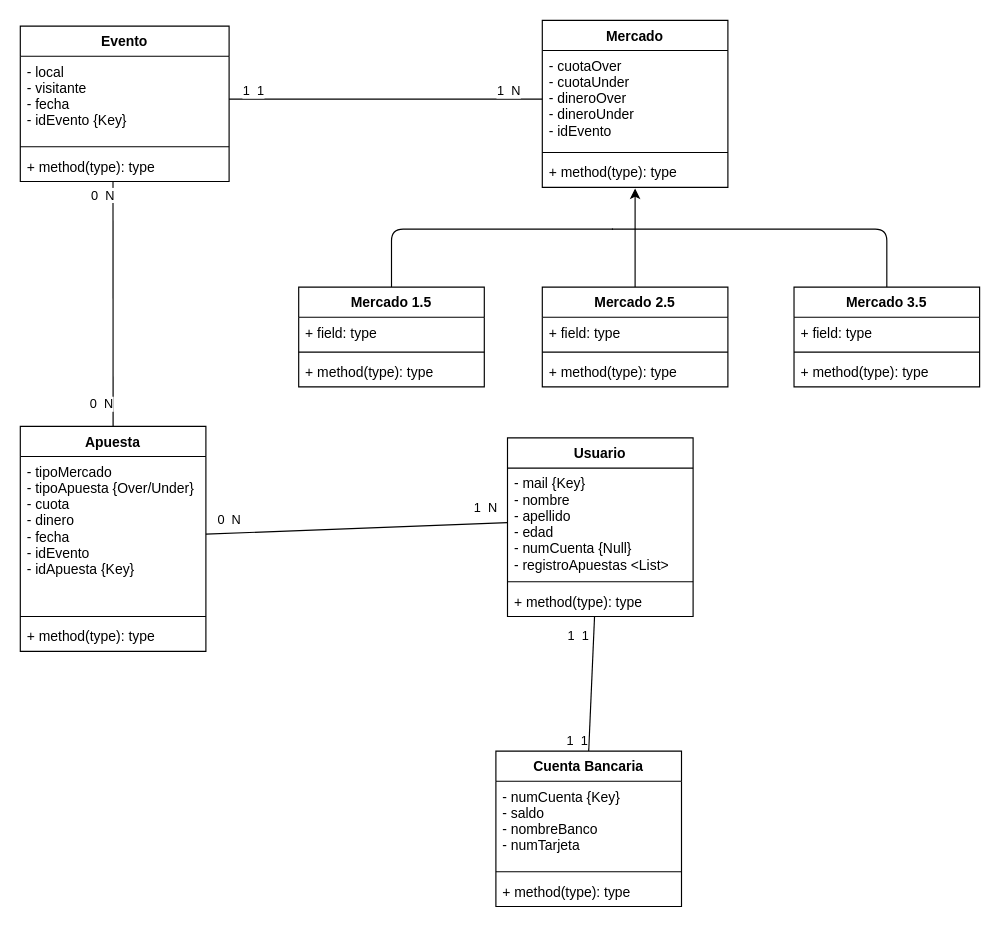
The draw.io diagram Modelos/Diseño conceptual.drawio in adrianjavier/PlaceMyBet2, before the edit. Source tidied: cells renumbered, new cells numbered last; positions are measured from the earlier drawing's top-left corner, leaving out a move shared by most shapes. Both pictures are drawn from the tidied source at 116%, with x=0, y=0 at pixel (20, 20).
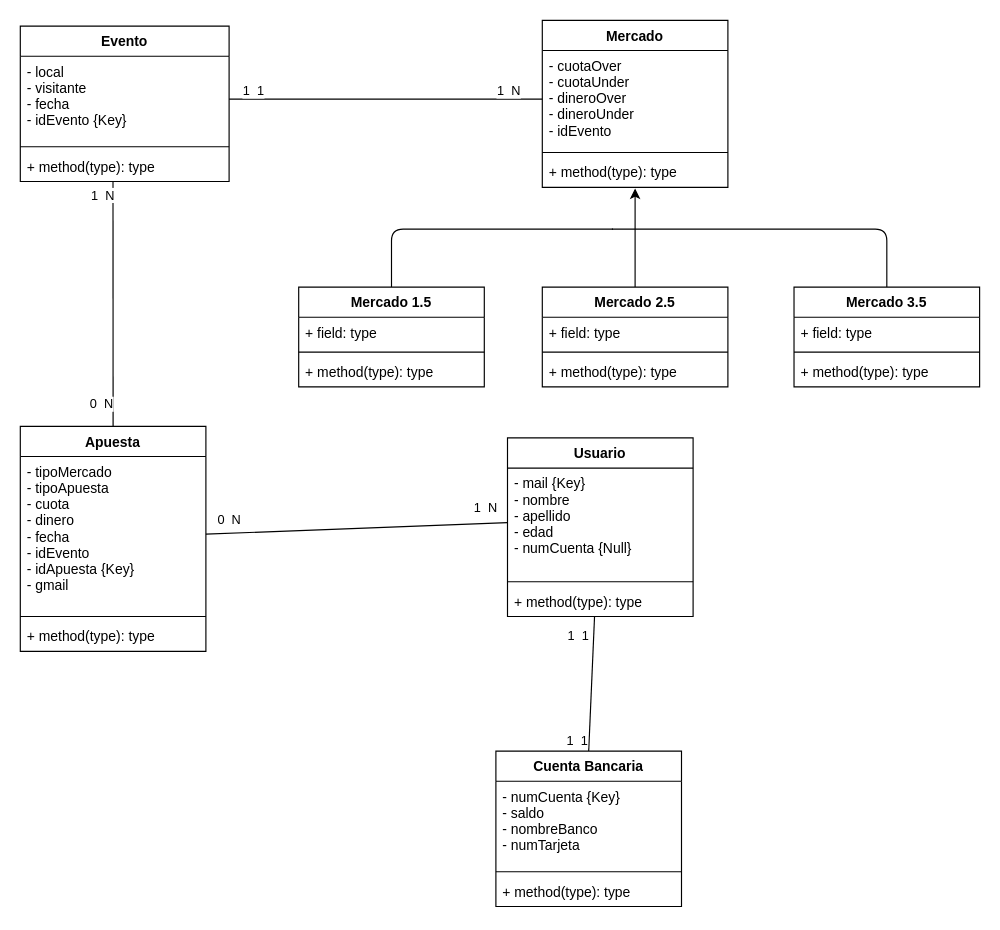
The same diagram, later.

Commit message (it also covers changes not shown here):
Añadido Diseño logico, retoque diseño conceptual

Unchanged cells that the change refers to:
```xml
<mxCell id="34" value="Usuario" style="swimlane;fontStyle=1;align=center;verticalAlign=top;horizontal=1;startSize=26;" parent="1" vertex="1">
  <mxGeometry x="420" y="360" width="160" height="154" as="geometry" />
</mxCell>
<mxCell id="38" style="endArrow=none;html=1;exitX=0.5;exitY=0;exitDx=0;exitDy=0;endFill=0;entryX=0.444;entryY=1;entryDx=0;entryDy=0;entryPerimeter=0;" parent="1" edge="1" source="45" target="33">
  <mxGeometry relative="1" as="geometry" />
</mxCell>
<mxCell id="45" value="Apuesta" style="swimlane;fontStyle=1;align=center;verticalAlign=top;horizontal=1;startSize=26;" parent="1" vertex="1">
  <mxGeometry y="350" width="160" height="194" as="geometry" />
</mxCell>
```

Change to the diagram source:
```diff
@@
-    <mxCell id="35" value="- mail {Key}&#10;- nombre&#10;- apellido&#10;- edad&#10;- numCuenta {Null}&#10;- registroApuestas &lt;List&gt;" style="text;strokeColor=none;fillColor=none;align=left;verticalAlign=top;spacingLeft=4;spacingRight=4;overflow=hidden;points=[[0,0.5],[1,0.5]];portConstraint=eastwest;" parent="34" vertex="1">
+    <mxCell id="35" value="- mail {Key}&#10;- nombre&#10;- apellido&#10;- edad&#10;- numCuenta {Null}" style="text;strokeColor=none;fillColor=none;align=left;verticalAlign=top;spacingLeft=4;spacingRight=4;overflow=hidden;points=[[0,0.5],[1,0.5]];portConstraint=eastwest;" parent="34" vertex="1">
       <mxGeometry y="26" width="160" height="94" as="geometry" />
     </mxCell>
@@
-    <mxCell id="39" value="0&amp;nbsp; N" style="edgeLabel;html=1;align=center;verticalAlign=middle;" parent="38" vertex="1">
+    <mxCell id="39" value="1&amp;nbsp;&amp;nbsp;N" style="edgeLabel;html=1;align=center;verticalAlign=middle;" parent="38" vertex="1">
       <mxGeometry x="0.82" y="2" relative="1" as="geometry">
         <mxPoint x="-7.9" y="-8" as="offset" />
       </mxGeometry>
     </mxCell>
@@
-    <mxCell id="46" value="- tipoMercado&#10;- tipoApuesta {Over/Under}&#10;- cuota&#10;- dinero&#10;- fecha &#10;- idEvento&#10;- idApuesta {Key}" style="text;strokeColor=none;fillColor=none;align=left;verticalAlign=top;spacingLeft=4;spacingRight=4;overflow=hidden;points=[[0,0.5],[1,0.5]];portConstraint=eastwest;" parent="45" vertex="1">
+    <mxCell id="46" value="- tipoMercado&#10;- tipoApuesta&#10;- cuota&#10;- dinero&#10;- fecha &#10;- idEvento&#10;- idApuesta {Key}&#10;- gmail" style="text;strokeColor=none;fillColor=none;align=left;verticalAlign=top;spacingLeft=4;spacingRight=4;overflow=hidden;points=[[0,0.5],[1,0.5]];portConstraint=eastwest;" parent="45" vertex="1">
       <mxGeometry y="26" width="160" height="134" as="geometry" />
     </mxCell>
```
